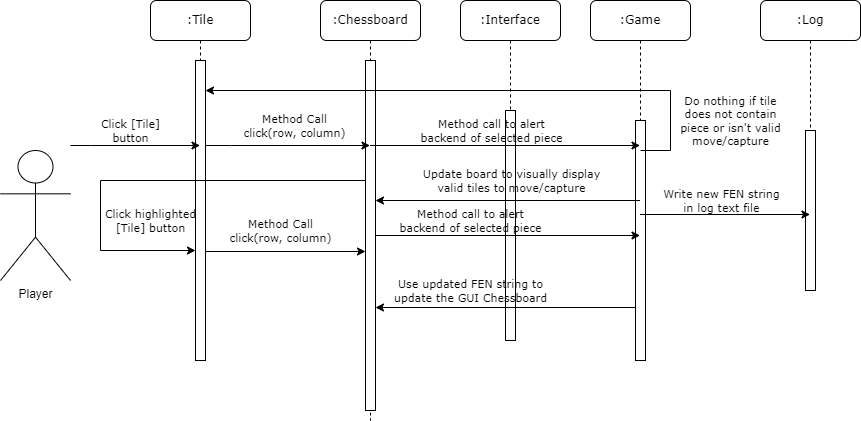
The draw.io diagram dev/diagrams/Sequence Diagram UC 1.0.png in Skadoot/GP9, before a commit. Source tidied: cells renumbered, new cells last; positions are measured from the earlier drawing's top-left corner, leaving out a move shared by most shapes.
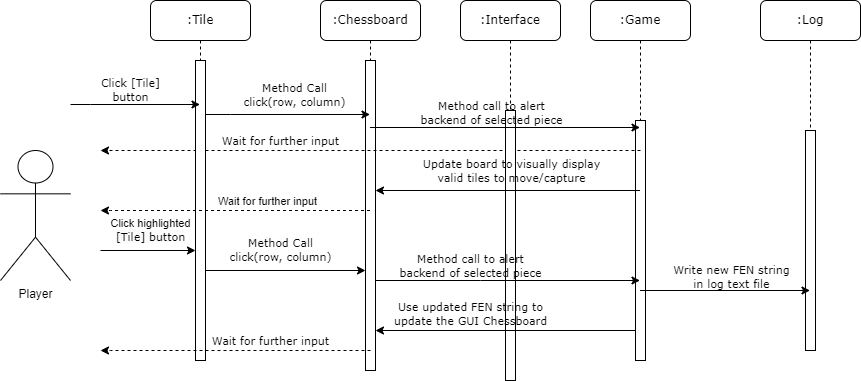
The same file after the commit.

What changed in the source:
```diff
@@ -3,10 +3,10 @@
     <mxCell id="0" />
     <mxCell id="1" parent="0" />
     <mxCell id="2" value=":Chessboard" style="shape=umlLifeline;perimeter=lifelinePerimeter;whiteSpace=wrap;html=1;outlineConnect=0;rounded=1;shadow=0;comic=0;labelBackgroundColor=none;strokeWidth=1;fontFamily=Verdana;fontSize=12;align=center;" parent="1" vertex="1">
-      <mxGeometry x="320" width="100" height="420" as="geometry" />
+      <mxGeometry x="320" width="100" height="370" as="geometry" />
     </mxCell>
     <mxCell id="3" style="html=1;points=[];perimeter=orthogonalPerimeter;rounded=0;shadow=0;comic=0;labelBackgroundColor=none;strokeWidth=1;fontFamily=Verdana;fontSize=12;align=center;" parent="2" vertex="1">
-      <mxGeometry x="45" y="60" width="10" height="350" as="geometry" />
+      <mxGeometry x="45" y="60" width="10" height="310" as="geometry" />
     </mxCell>
     <mxCell id="4" value=":Game" style="shape=umlLifeline;perimeter=lifelinePerimeter;whiteSpace=wrap;html=1;outlineConnect=0;rounded=1;shadow=0;comic=0;labelBackgroundColor=none;strokeWidth=1;fontFamily=Verdana;fontSize=12;align=center;" parent="1" vertex="1">
       <mxGeometry x="590" width="100" height="360" as="geometry" />
@@ -14,26 +14,26 @@
     <mxCell id="5" style="html=1;perimeter=orthogonalPerimeter;rounded=0;shadow=0;comic=0;labelBackgroundColor=none;strokeWidth=1;fontFamily=Verdana;fontSize=12;align=center;" parent="4" vertex="1">
       <mxGeometry x="45" y="120" width="10" height="240" as="geometry" />
     </mxCell>
-    <mxCell id="6" value="Do nothing if tile&lt;br&gt;does not contain&lt;br&gt;piece or isn't valid&lt;br&gt;move/capture" style="endArrow=classic;html=1;rounded=0;labelBackgroundColor=none;fontFamily=Verdana;" parent="4" edge="1" target="12">
-      <mxGeometry x="-0.78" y="-60" relative="1" as="geometry">
+    <mxCell id="6" value="Wait for further input" style="endArrow=classic;html=1;rounded=0;labelBackgroundColor=none;fontFamily=Verdana;dashed=1;" parent="4" edge="1">
+      <mxGeometry x="0.33" y="-10" relative="1" as="geometry">
         <mxPoint x="50" y="150" as="sourcePoint" />
+        <mxPoint x="-490" y="150" as="targetPoint" />
         <Array as="points">
-          <mxPoint x="80" y="150" />
-          <mxPoint x="80" y="90" />
+          <mxPoint x="-340" y="150" />
         </Array>
       </mxGeometry>
     </mxCell>
     <mxCell id="7" value=":Interface" style="shape=umlLifeline;perimeter=lifelinePerimeter;whiteSpace=wrap;html=1;rounded=1;shadow=0;comic=0;labelBackgroundColor=none;strokeWidth=1;fontFamily=Verdana;fontSize=12;align=center;" parent="1" vertex="1">
-      <mxGeometry x="460" width="100" height="340" as="geometry" />
+      <mxGeometry x="460" width="100" height="380" as="geometry" />
     </mxCell>
     <mxCell id="8" style="html=1;perimeter=orthogonalPerimeter;rounded=0;shadow=0;comic=0;labelBackgroundColor=none;strokeWidth=1;fontFamily=Verdana;fontSize=12;align=center;" parent="7" vertex="1">
-      <mxGeometry x="45" y="110" width="10" height="230" as="geometry" />
+      <mxGeometry x="45" y="110" width="10" height="270" as="geometry" />
     </mxCell>
     <mxCell id="9" value=":Log" style="shape=umlLifeline;perimeter=lifelinePerimeter;whiteSpace=wrap;html=1;rounded=1;shadow=0;comic=0;labelBackgroundColor=none;strokeWidth=1;fontFamily=Verdana;fontSize=12;align=center;" parent="1" vertex="1">
-      <mxGeometry x="760" width="100" height="290" as="geometry" />
+      <mxGeometry x="760" width="100" height="350" as="geometry" />
     </mxCell>
     <mxCell id="10" style="html=1;perimeter=orthogonalPerimeter;rounded=0;shadow=0;comic=0;labelBackgroundColor=none;strokeWidth=1;fontFamily=Verdana;fontSize=12;align=center;" parent="9" vertex="1">
-      <mxGeometry x="45" y="130" width="10" height="160" as="geometry" />
+      <mxGeometry x="45" y="130" width="10" height="220" as="geometry" />
     </mxCell>
     <mxCell id="11" value=":Tile" style="shape=umlLifeline;perimeter=lifelinePerimeter;whiteSpace=wrap;html=1;rounded=1;shadow=0;comic=0;labelBackgroundColor=none;strokeWidth=1;fontFamily=Verdana;fontSize=12;align=center;" parent="1" vertex="1">
       <mxGeometry x="150" width="100" height="360" as="geometry" />
@@ -43,11 +43,11 @@
     </mxCell>
     <mxCell id="13" value="Click [Tile]&lt;br&gt;button" style="edgeStyle=orthogonalEdgeStyle;rounded=0;orthogonalLoop=1;jettySize=auto;html=1;labelBackgroundColor=none;fontFamily=Verdana;" parent="1" edge="1">
       <mxGeometry x="-0.07" y="15" relative="1" as="geometry">
-        <mxPoint x="70" y="145" as="sourcePoint" />
-        <mxPoint x="199.5" y="145" as="targetPoint" />
+        <mxPoint x="70" y="104" as="sourcePoint" />
+        <mxPoint x="199.5" y="104" as="targetPoint" />
         <Array as="points">
-          <mxPoint x="90" y="145" />
-          <mxPoint x="90" y="145" />
+          <mxPoint x="90" y="104" />
+          <mxPoint x="90" y="104" />
         </Array>
       </mxGeometry>
     </mxCell>
@@ -56,53 +56,78 @@
     </mxCell>
     <mxCell id="15" value="Method Call&lt;br&gt;click(row, column)" style="edgeStyle=orthogonalEdgeStyle;rounded=0;orthogonalLoop=1;jettySize=auto;html=1;labelBackgroundColor=none;fontFamily=Verdana;" parent="1" edge="1">
       <mxGeometry x="0.08" y="20" relative="1" as="geometry">
-        <mxPoint x="205" y="145" as="sourcePoint" />
-        <mxPoint x="369.5" y="145" as="targetPoint" />
+        <mxPoint x="205" y="114" as="sourcePoint" />
+        <mxPoint x="369.5" y="114" as="targetPoint" />
         <Array as="points">
-          <mxPoint x="230" y="145" />
-          <mxPoint x="230" y="145" />
+          <mxPoint x="230" y="114" />
+          <mxPoint x="230" y="114" />
         </Array>
       </mxGeometry>
     </mxCell>
-    <mxCell id="16" value="Method call to alert&lt;br&gt;backend of selected piece" style="endArrow=classic;html=1;rounded=0;labelBackgroundColor=none;fontFamily=Verdana;" parent="1" edge="1" target="4">
+    <mxCell id="16" value="Method call to alert&lt;br&gt;backend of selected piece" style="endArrow=classic;html=1;rounded=0;labelBackgroundColor=none;fontFamily=Verdana;" parent="1" edge="1">
       <mxGeometry x="-0.11" y="15" relative="1" as="geometry">
-        <mxPoint x="369.5" y="145" as="sourcePoint" />
+        <mxPoint x="369.5" y="127" as="sourcePoint" />
+        <mxPoint x="639.5" y="127" as="targetPoint" />
       </mxGeometry>
     </mxCell>
     <mxCell id="17" value="Update board to visually display&lt;br&gt;valid tiles to move/capture" style="endArrow=classic;html=1;rounded=0;labelBackgroundColor=none;fontFamily=Verdana;" parent="1" edge="1">
       <mxGeometry x="-0.02" y="-20" relative="1" as="geometry">
-        <mxPoint x="639.5" y="200" as="sourcePoint" />
-        <mxPoint x="375" y="200" as="targetPoint" />
+        <mxPoint x="639.5" y="190" as="sourcePoint" />
+        <mxPoint x="375" y="190" as="targetPoint" />
       </mxGeometry>
     </mxCell>
-    <mxCell id="18" value="Click highlighted&lt;br&gt;[Tile] button" style="endArrow=classic;html=1;rounded=0;labelBackgroundColor=none;fontFamily=Verdana;" parent="1" edge="1" source="3" target="12">
-      <mxGeometry x="0.79" y="30" relative="1" as="geometry">
+    <mxCell id="18" style="endArrow=classic;html=1;rounded=0;labelBackgroundColor=none;fontFamily=Verdana;dashed=1;" parent="1" edge="1" source="2">
+      <mxGeometry x="0.62" y="30" relative="1" as="geometry">
+        <mxPoint x="100" y="210" as="targetPoint" />
         <Array as="points">
-          <mxPoint x="100" y="180" />
-          <mxPoint x="100" y="250" />
+          <mxPoint x="110" y="210" />
         </Array>
       </mxGeometry>
     </mxCell>
+    <mxCell id="23" value="Wait for further input" style="edgeLabel;html=1;align=center;verticalAlign=middle;" parent="18" vertex="1">
+      <mxGeometry x="-0.23" y="-1" relative="1" as="geometry">
+        <mxPoint x="1" y="-9" as="offset" />
+      </mxGeometry>
+    </mxCell>
     <mxCell id="19" value="Method Call&lt;br&gt;click(row, column)" style="endArrow=classic;html=1;rounded=0;labelBackgroundColor=none;fontFamily=Verdana;" parent="1" edge="1">
       <mxGeometry x="-0.06" y="21" relative="1" as="geometry">
-        <mxPoint x="205" y="251" as="sourcePoint" />
-        <mxPoint x="365" y="251" as="targetPoint" />
+        <mxPoint x="205" y="270" as="sourcePoint" />
+        <mxPoint x="365" y="270" as="targetPoint" />
       </mxGeometry>
     </mxCell>
     <mxCell id="20" value="Method call to alert&lt;br&gt;backend of selected piece" style="endArrow=classic;html=1;rounded=0;labelBackgroundColor=none;fontFamily=Verdana;" parent="1" edge="1" source="3" target="4">
-      <mxGeometry x="-0.28" y="15" relative="1" as="geometry" />
+      <mxGeometry x="-0.28" y="15" relative="1" as="geometry">
+        <Array as="points">
+          <mxPoint x="480" y="280" />
+        </Array>
+      </mxGeometry>
     </mxCell>
     <mxCell id="21" value="Write new FEN string&lt;br&gt;in log text file" style="endArrow=classic;html=1;rounded=0;labelBackgroundColor=none;fontFamily=Verdana;" parent="1" edge="1">
-      <mxGeometry x="-0.05" y="14" relative="1" as="geometry">
-        <mxPoint x="639.5" y="214" as="sourcePoint" />
-        <mxPoint x="809.5" y="214" as="targetPoint" />
+      <mxGeometry x="0.06" y="14" relative="1" as="geometry">
+        <mxPoint x="639.5" y="290" as="sourcePoint" />
+        <mxPoint x="809.5" y="290" as="targetPoint" />
+        <mxPoint x="1" as="offset" />
       </mxGeometry>
     </mxCell>
     <mxCell id="22" value="Use updated FEN string to&lt;br&gt;update the GUI Chessboard" style="endArrow=classic;html=1;rounded=0;labelBackgroundColor=none;fontFamily=Verdana;" parent="1" edge="1">
       <mxGeometry x="0.27" y="-17" relative="1" as="geometry">
-        <mxPoint x="635" y="307" as="sourcePoint" />
-        <mxPoint x="375" y="307" as="targetPoint" />
+        <mxPoint x="635" y="330" as="sourcePoint" />
+        <mxPoint x="375" y="330" as="targetPoint" />
       </mxGeometry>
     </mxCell>
+    <mxCell id="24" value="Click highlighted&lt;br style=&quot;border-color: var(--border-color); font-family: Verdana; background-color: rgb(251, 251, 251);&quot;&gt;&lt;span style=&quot;font-family: Verdana; background-color: rgb(251, 251, 251);&quot;&gt;[Tile] button&lt;/span&gt;" style="endArrow=classic;html=1;rounded=0;" parent="1" edge="1" target="12">
+      <mxGeometry x="0.05" y="20" relative="1" as="geometry">
+        <mxPoint x="100" y="250" as="sourcePoint" />
+      </mxGeometry>
+    </mxCell>
+    <mxCell id="25" value="Wait for further input" style="endArrow=classic;html=1;rounded=0;labelBackgroundColor=none;fontFamily=Verdana;dashed=1;" parent="1" edge="1">
+      <mxGeometry x="-0.26" y="-10" relative="1" as="geometry">
+        <mxPoint x="370" y="350" as="sourcePoint" />
+        <mxPoint x="100" y="350" as="targetPoint" />
+        <Array as="points">
+          <mxPoint x="110" y="350" />
+        </Array>
+      </mxGeometry>
+    </mxCell>
   </root>
 </mxGraphModel>
```
